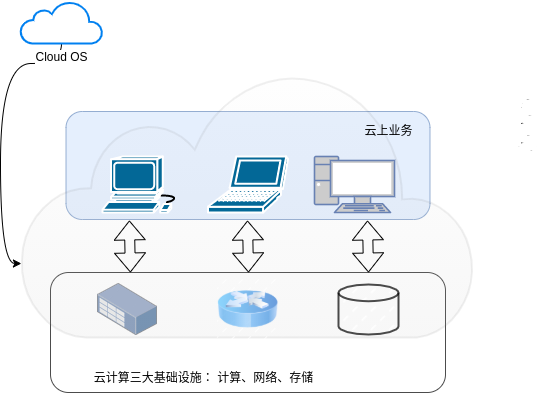
The draw.io diagram test/Untitled Diagram.drawio.png in zouyuancc/k8s, before a commit. Source tidied: cells renumbered, new cells last; positions are measured from the earlier drawing's top-left corner, leaving out a move shared by most shapes. Source of this version:
```xml
<mxGraphModel>
  <root>
    <mxCell id="0" />
    <mxCell id="1" parent="0" />
    <mxCell id="2" style="rounded=1;whiteSpace=wrap;html=1;fillStyle=auto;opacity=70;rotation=0;fillColor=#dae8fc;strokeColor=#6c8ebf;" parent="1" vertex="1">
      <mxGeometry x="45.5" y="110" width="364" height="108" as="geometry" />
    </mxCell>
    <mxCell id="3" style="rounded=1;whiteSpace=wrap;html=1;fillStyle=dashed;opacity=70;" parent="1" vertex="1">
      <mxGeometry x="30" y="271" width="395" height="120" as="geometry" />
    </mxCell>
    <mxCell id="4" style="edgeStyle=orthogonalEdgeStyle;curved=1;rounded=0;jettySize=auto;html=1;entryX=0.002;entryY=0.724;entryDx=0;entryDy=0;entryPerimeter=0;" parent="1" edge="1" source="5" target="6">
      <mxGeometry relative="1" as="geometry" />
    </mxCell>
    <mxCell id="5" value="Cloud OS" style="html=1;verticalLabelPosition=bottom;align=center;labelBackgroundColor=#ffffff;verticalAlign=top;strokeWidth=2;strokeColor=#0080F0;shadow=0;dashed=0;shape=mxgraph.ios7.icons.cloud;" parent="1" vertex="1">
      <mxGeometry width="82" height="42" as="geometry" />
    </mxCell>
    <mxCell id="6" style="html=1;verticalLabelPosition=bottom;align=center;labelBackgroundColor=#ffffff;verticalAlign=top;strokeWidth=2;strokeColor=#666666;shadow=0;dashed=0;shape=mxgraph.ios7.icons.cloud;fillColor=#f5f5f5;gradientColor=#b3b3b3;opacity=10;" parent="1" vertex="1">
      <mxGeometry y="68" width="455" height="268" as="geometry" />
    </mxCell>
    <mxCell id="7" style="image;html=1;image=img/lib/clip_art/networking/Router_Icon_128x128.png;opacity=70;imageBackground=default;fillStyle=dashed;" parent="1" vertex="1">
      <mxGeometry x="197.5" y="278" width="60" height="60" as="geometry" />
    </mxCell>
    <mxCell id="8" style="points=[];html=1;align=center;shadow=0;dashed=0;image;image=img/lib/allied_telesis/storage/Datacenter_Server_Rack_Storage_Unit_Small.svg;fillStyle=dashed;opacity=70;" parent="1" vertex="1">
      <mxGeometry x="77" y="278" width="60" height="60" as="geometry" />
    </mxCell>
    <mxCell id="9" style="strokeWidth=2;html=1;shape=mxgraph.flowchart.database;whiteSpace=wrap;fillStyle=dashed;opacity=70;" parent="1" vertex="1">
      <mxGeometry x="318" y="283" width="60" height="50" as="geometry" />
    </mxCell>
    <mxCell id="10" value="云计算三大基础设施： 计算、网络、存储" style="text;html=1;align=center;verticalAlign=middle;strokeColor=none;fillColor=none;" parent="1" vertex="1">
      <mxGeometry x="64" y="363" width="237" height="26" as="geometry" />
    </mxCell>
    <mxCell id="11" style="shape=mxgraph.cisco.computers_and_peripherals.ibm_tower;html=1;dashed=0;fillColor=none;strokeColor=none;strokeWidth=2;verticalLabelPosition=bottom;verticalAlign=top;align=center;fillStyle=dashed;" parent="1" vertex="1">
      <mxGeometry x="491" y="79" width="42" height="77" as="geometry" />
    </mxCell>
    <mxCell id="12" style="shape=flexArrow;endArrow=classic;startArrow=classic;html=1;rounded=0;exitX=0.22;exitY=0;exitDx=0;exitDy=0;exitPerimeter=0;entryX=0.126;entryY=0.986;entryDx=0;entryDy=0;entryPerimeter=0;" parent="1" edge="1">
      <mxGeometry relative="1" as="geometry">
        <mxPoint x="109.9" y="271" as="sourcePoint" />
        <mxPoint x="108.9" y="219" as="targetPoint" />
      </mxGeometry>
    </mxCell>
    <mxCell id="13" style="shape=flexArrow;endArrow=classic;startArrow=classic;html=1;rounded=0;exitX=0.22;exitY=0;exitDx=0;exitDy=0;exitPerimeter=0;entryX=0.126;entryY=0.986;entryDx=0;entryDy=0;entryPerimeter=0;" parent="1" edge="1">
      <mxGeometry relative="1" as="geometry">
        <mxPoint x="228" y="271" as="sourcePoint" />
        <mxPoint x="227" y="219" as="targetPoint" />
      </mxGeometry>
    </mxCell>
    <mxCell id="14" style="shape=flexArrow;endArrow=classic;startArrow=classic;html=1;rounded=0;exitX=0.22;exitY=0;exitDx=0;exitDy=0;exitPerimeter=0;entryX=0.126;entryY=0.986;entryDx=0;entryDy=0;entryPerimeter=0;" parent="1" edge="1">
      <mxGeometry relative="1" as="geometry">
        <mxPoint x="348" y="271" as="sourcePoint" />
        <mxPoint x="347" y="219" as="targetPoint" />
      </mxGeometry>
    </mxCell>
    <mxCell id="15" style="shape=mxgraph.cisco.computers_and_peripherals.laptop;html=1;dashed=0;fillColor=#036897;strokeColor=#ffffff;strokeWidth=2;verticalLabelPosition=bottom;verticalAlign=top;align=center;" parent="1" vertex="1">
      <mxGeometry x="187.5" y="155" width="80" height="56" as="geometry" />
    </mxCell>
    <mxCell id="16" style="fontColor=#0066CC;verticalAlign=top;verticalLabelPosition=bottom;labelPosition=center;align=center;html=1;fillColor=#CCCCCC;strokeColor=#6881B3;gradientColor=none;gradientDirection=north;strokeWidth=2;shape=mxgraph.networks.pc;" parent="1" vertex="1">
      <mxGeometry x="294" y="155" width="80" height="56" as="geometry" />
    </mxCell>
    <mxCell id="17" style="shape=mxgraph.cisco.computers_and_peripherals.workstation;html=1;dashed=0;fillColor=#036897;strokeColor=#ffffff;strokeWidth=2;verticalLabelPosition=bottom;verticalAlign=top;align=center;" parent="1" vertex="1">
      <mxGeometry x="82" y="155" width="80" height="56" as="geometry" />
    </mxCell>
    <mxCell id="18" value="云上业务" style="text;html=1;align=center;verticalAlign=middle;strokeColor=none;fillColor=none;" parent="1" vertex="1">
      <mxGeometry x="335" y="116" width="66" height="26" as="geometry" />
    </mxCell>
  </root>
</mxGraphModel>
```
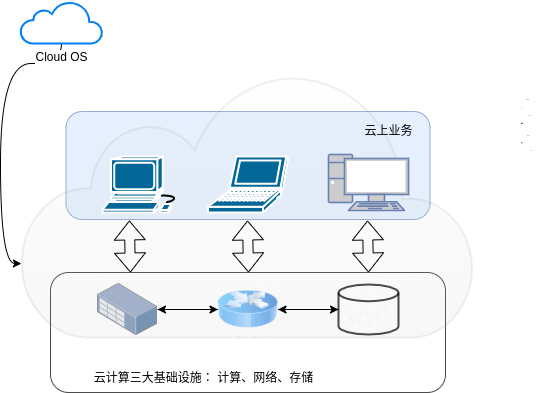
Later version of the same file.

Diff of the diagram source:
```diff
@@ -17,12 +17,24 @@
     <mxCell id="6" style="html=1;verticalLabelPosition=bottom;align=center;labelBackgroundColor=#ffffff;verticalAlign=top;strokeWidth=2;strokeColor=#666666;shadow=0;dashed=0;shape=mxgraph.ios7.icons.cloud;fillColor=#f5f5f5;gradientColor=#b3b3b3;opacity=10;" parent="1" vertex="1">
       <mxGeometry y="68" width="455" height="268" as="geometry" />
     </mxCell>
+    <mxCell id="19" style="edgeStyle=orthogonalEdgeStyle;curved=1;rounded=0;jettySize=auto;html=1;" parent="1" edge="1" source="7" target="9">
+      <mxGeometry relative="1" as="geometry" />
+    </mxCell>
+    <mxCell id="20" style="edgeStyle=orthogonalEdgeStyle;curved=1;rounded=0;jettySize=auto;html=1;" parent="1" edge="1" source="7" target="8">
+      <mxGeometry relative="1" as="geometry" />
+    </mxCell>
     <mxCell id="7" style="image;html=1;image=img/lib/clip_art/networking/Router_Icon_128x128.png;opacity=70;imageBackground=default;fillStyle=dashed;" parent="1" vertex="1">
       <mxGeometry x="197.5" y="278" width="60" height="60" as="geometry" />
     </mxCell>
+    <mxCell id="21" style="edgeStyle=orthogonalEdgeStyle;curved=1;rounded=0;jettySize=auto;html=1;" parent="1" edge="1" source="8" target="7">
+      <mxGeometry relative="1" as="geometry" />
+    </mxCell>
     <mxCell id="8" style="points=[];html=1;align=center;shadow=0;dashed=0;image;image=img/lib/allied_telesis/storage/Datacenter_Server_Rack_Storage_Unit_Small.svg;fillStyle=dashed;opacity=70;" parent="1" vertex="1">
       <mxGeometry x="77" y="278" width="60" height="60" as="geometry" />
     </mxCell>
+    <mxCell id="22" style="edgeStyle=orthogonalEdgeStyle;curved=1;rounded=0;jettySize=auto;html=1;entryX=1;entryY=0.5;entryDx=0;entryDy=0;" parent="1" edge="1" source="9" target="7">
+      <mxGeometry relative="1" as="geometry" />
+    </mxCell>
     <mxCell id="9" style="strokeWidth=2;html=1;shape=mxgraph.flowchart.database;whiteSpace=wrap;fillStyle=dashed;opacity=70;" parent="1" vertex="1">
       <mxGeometry x="318" y="283" width="60" height="50" as="geometry" />
     </mxCell>
@@ -54,7 +66,7 @@
       <mxGeometry x="187.5" y="155" width="80" height="56" as="geometry" />
     </mxCell>
     <mxCell id="16" style="fontColor=#0066CC;verticalAlign=top;verticalLabelPosition=bottom;labelPosition=center;align=center;html=1;fillColor=#CCCCCC;strokeColor=#6881B3;gradientColor=none;gradientDirection=north;strokeWidth=2;shape=mxgraph.networks.pc;" parent="1" vertex="1">
-      <mxGeometry x="294" y="155" width="80" height="56" as="geometry" />
+      <mxGeometry x="308" y="153" width="80" height="56" as="geometry" />
     </mxCell>
     <mxCell id="17" style="shape=mxgraph.cisco.computers_and_peripherals.workstation;html=1;dashed=0;fillColor=#036897;strokeColor=#ffffff;strokeWidth=2;verticalLabelPosition=bottom;verticalAlign=top;align=center;" parent="1" vertex="1">
       <mxGeometry x="82" y="155" width="80" height="56" as="geometry" />
```
